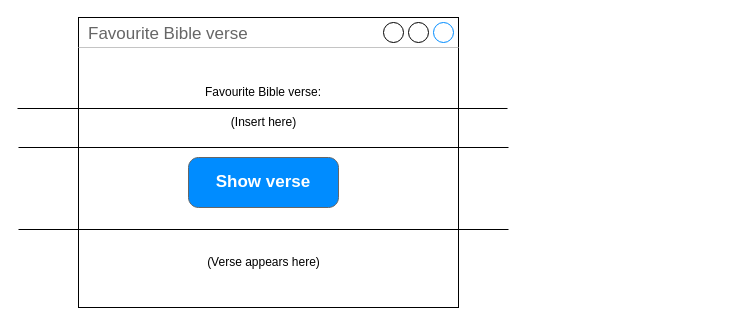
Before: bible_verse.drawio in MAL-12DGT-2025/tkinter-projects-oa22010, a draw.io diagram. Source tidied: cells renumbered, new cells numbered last; positions are measured from the earlier drawing's top-left corner, leaving out a move shared by most shapes. Both pictures are drawn from the tidied source at 100%, with x=0, y=0 at pixel (17, 17).
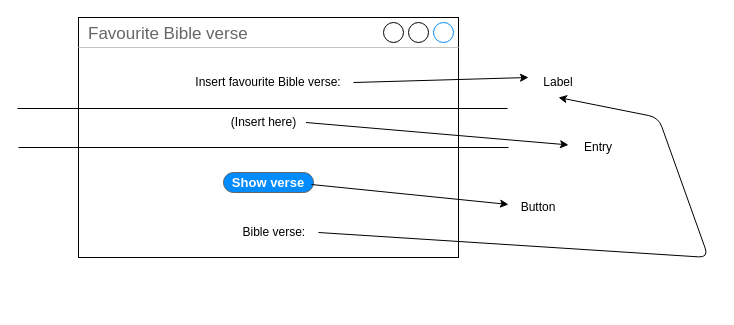
After the change.

Commit message (it also covers changes not shown here):
Completed first draft of bible verse python file

The change refers to these unchanged cells:
```xml
<mxCell id="4" value="(Insert here)" style="text;html=1;align=center;verticalAlign=middle;whiteSpace=wrap;rounded=0;" parent="1" vertex="1">
  <mxGeometry x="203.5" y="90" width="85" height="30" as="geometry" />
</mxCell>
```

The edit, as a diff of the source:
```diff
@@
     <mxCell id="2" value="Favourite Bible verse" style="strokeWidth=1;shadow=0;dashed=0;align=center;html=1;shape=mxgraph.mockup.containers.window;align=left;verticalAlign=top;spacingLeft=8;strokeColor2=#008cff;strokeColor3=#c4c4c4;fontColor=#666666;mainText=;fontSize=17;labelBackgroundColor=none;whiteSpace=wrap;" parent="1" vertex="1">
-      <mxGeometry x="61" width="380" height="290" as="geometry" />
+      <mxGeometry x="61" width="380" height="240" as="geometry" />
     </mxCell>
+    <mxCell id="10" style="edgeStyle=none;html=1;exitX=1;exitY=0.5;exitDx=0;exitDy=0;" parent="1" edge="1" source="3">
+      <mxGeometry relative="1" as="geometry">
+        <mxPoint x="511" y="60" as="targetPoint" />
+      </mxGeometry>
+    </mxCell>
-    <mxCell id="3" value="Favourite Bible verse:" style="text;html=1;align=center;verticalAlign=middle;whiteSpace=wrap;rounded=0;" parent="1" vertex="1">
-      <mxGeometry x="181" y="60" width="130" height="30" as="geometry" />
+    <mxCell id="3" value="Insert favourite Bible verse:" style="text;html=1;align=center;verticalAlign=middle;whiteSpace=wrap;rounded=0;" parent="1" vertex="1">
+      <mxGeometry x="166" y="50" width="170" height="30" as="geometry" />
     </mxCell>
+    <mxCell id="11" style="edgeStyle=none;html=1;exitX=1;exitY=0.5;exitDx=0;exitDy=0;" parent="1" edge="1" source="4" target="13">
+      <mxGeometry relative="1" as="geometry" />
+    </mxCell>
@@
-    <mxCell id="5" value="(Verse appears here)" style="text;html=1;align=center;verticalAlign=middle;whiteSpace=wrap;rounded=0;" parent="1" vertex="1">
-      <mxGeometry x="183.5" y="230" width="125" height="30" as="geometry" />
-    </mxCell>
-    <mxCell id="6" value="Show verse" style="strokeWidth=1;shadow=0;dashed=0;align=center;html=1;shape=mxgraph.mockup.buttons.button;strokeColor=#666666;fontColor=#ffffff;mainText=;buttonStyle=round;fontSize=17;fontStyle=1;fillColor=#008cff;whiteSpace=wrap;" parent="1" vertex="1">
-      <mxGeometry x="171" y="140" width="150" height="50" as="geometry" />
+    <mxCell id="6" value="Show verse" style="strokeWidth=1;shadow=0;dashed=0;align=center;html=1;shape=mxgraph.mockup.buttons.button;strokeColor=#666666;fontColor=#ffffff;mainText=;buttonStyle=round;fontSize=13;fontStyle=1;fillColor=#008cff;whiteSpace=wrap;" parent="1" vertex="1">
+      <mxGeometry x="206" y="155" width="90" height="20" as="geometry" />
     </mxCell>
@@
-    <mxCell id="9" style="endArrow=none;html=1;" parent="1" edge="1">
-      <mxGeometry relative="1" as="geometry">
-        <mxPoint x="1" y="212" as="sourcePoint" />
-        <mxPoint x="491" y="212" as="targetPoint" />
-      </mxGeometry>
-    </mxCell>
+    <mxCell id="12" value="Label" style="text;html=1;align=center;verticalAlign=middle;whiteSpace=wrap;rounded=0;" parent="1" vertex="1">
+      <mxGeometry x="511" y="50" width="60" height="30" as="geometry" />
+    </mxCell>
+    <mxCell id="13" value="Entry" style="text;html=1;align=center;verticalAlign=middle;whiteSpace=wrap;rounded=0;" parent="1" vertex="1">
+      <mxGeometry x="551" y="115" width="60" height="30" as="geometry" />
+    </mxCell>
+    <mxCell id="14" style="endArrow=classic;html=1;exitX=0.978;exitY=0.601;exitDx=0;exitDy=0;exitPerimeter=0;" parent="1" edge="1" source="6" target="15">
+      <mxGeometry relative="1" as="geometry" />
+    </mxCell>
+    <mxCell id="15" value="Button" style="text;html=1;align=center;verticalAlign=middle;whiteSpace=wrap;rounded=0;" parent="1" vertex="1">
+      <mxGeometry x="491" y="175" width="60" height="30" as="geometry" />
+    </mxCell>
+    <mxCell id="16" style="edgeStyle=none;html=1;exitX=1;exitY=0.5;exitDx=0;exitDy=0;entryX=0.5;entryY=1;entryDx=0;entryDy=0;" parent="1" edge="1" source="17" target="12">
+      <mxGeometry relative="1" as="geometry">
+        <Array as="points">
+          <mxPoint x="691" y="240" />
+          <mxPoint x="641" y="100" />
+        </Array>
+      </mxGeometry>
+    </mxCell>
+    <mxCell id="17" value="Bible verse:&amp;nbsp;" style="text;html=1;align=center;verticalAlign=middle;whiteSpace=wrap;rounded=0;" parent="1" vertex="1">
+      <mxGeometry x="216" y="200" width="85" height="30" as="geometry" />
+    </mxCell>
```
